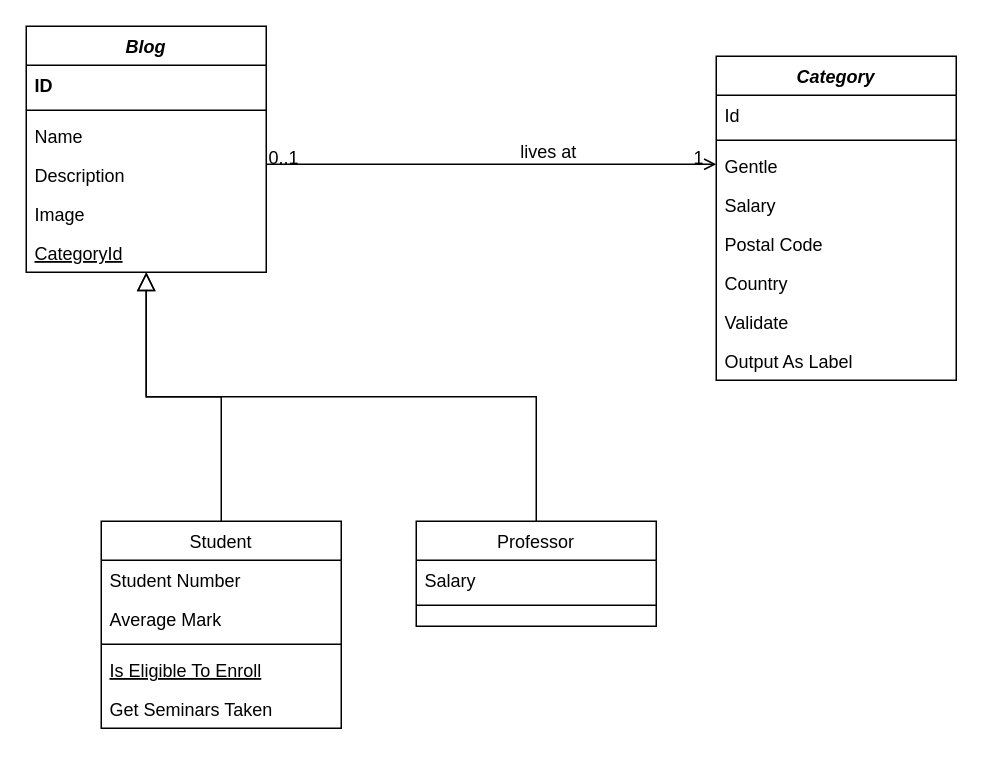
Above: Biểu đồ không có tiêu đề.drawio in VanHocAGC/funovaHueweb (draw.io), before the change. Source tidied: cells renumbered, new cells numbered last; positions are measured from the earlier drawing's top-left corner, leaving out a move shared by most shapes. Both pictures are drawn from the tidied source at 150%, with x=0, y=0 at pixel (26, 26).
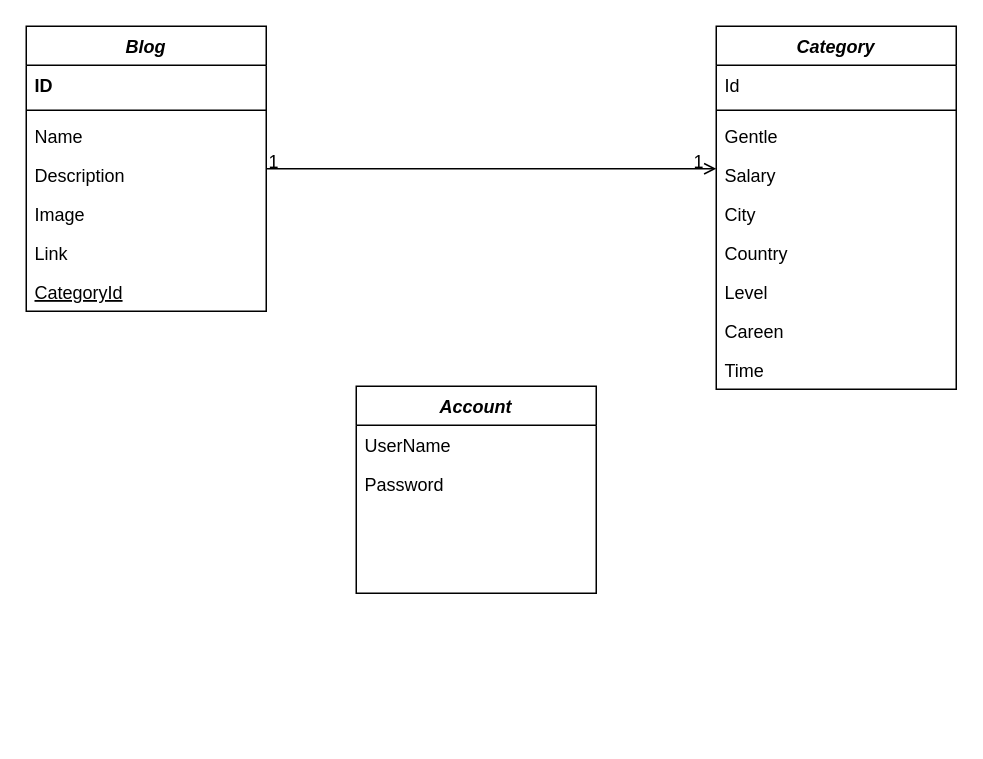
Above is the later version.

The change refers to these unchanged cells:
```xml
<mxCell id="29" style="endArrow=open;shadow=0;strokeWidth=1;rounded=0;endFill=1;edgeStyle=elbowEdgeStyle;elbow=vertical;" parent="1" edge="1" source="2" target="20">
  <mxGeometry x="0.5" y="41" relative="1" as="geometry">
    <mxPoint x="-40" y="32" as="offset" />
  </mxGeometry>
</mxCell>
```

Diff of the diagram source:
```diff
@@
     <mxCell id="2" value="Blog" style="swimlane;fontStyle=3;align=center;verticalAlign=top;horizontal=1;startSize=26;rounded=0;shadow=0;strokeWidth=1;" parent="1" vertex="1">
-      <mxGeometry width="160" height="164" as="geometry" />
+      <mxGeometry width="160" height="190" as="geometry" />
     </mxCell>
@@
+    <mxCell id="33" value="Link" style="text;align=left;verticalAlign=top;spacingLeft=4;spacingRight=4;overflow=hidden;rounded=0;shadow=0;html=0;" parent="2" vertex="1">
+      <mxGeometry y="138" width="160" height="26" as="geometry" />
+    </mxCell>
     <mxCell id="8" value="CategoryId" style="text;align=left;verticalAlign=top;spacingLeft=4;spacingRight=4;overflow=hidden;rounded=0;shadow=0;html=0;fontStyle=4;" parent="2" vertex="1">
-      <mxGeometry y="138" width="160" height="26" as="geometry" />
+      <mxGeometry y="164" width="160" height="26" as="geometry" />
     </mxCell>
-    <mxCell id="9" value="Student" style="swimlane;fontStyle=0;align=center;verticalAlign=top;horizontal=1;startSize=26;rounded=0;shadow=0;strokeWidth=1;" parent="1" vertex="1">
-      <mxGeometry x="50" y="330" width="160" height="138" as="geometry" />
+    <mxCell id="9" value="Account" style="swimlane;fontStyle=3;align=center;verticalAlign=top;horizontal=1;startSize=26;rounded=0;shadow=0;strokeWidth=1;" parent="1" vertex="1">
+      <mxGeometry x="220" y="240" width="160" height="138" as="geometry" />
     </mxCell>
-    <mxCell id="10" value="Student Number" style="text;align=left;verticalAlign=top;spacingLeft=4;spacingRight=4;overflow=hidden;" parent="9" vertex="1">
+    <mxCell id="10" value="UserName" style="text;align=left;verticalAlign=top;spacingLeft=4;spacingRight=4;overflow=hidden;" parent="9" vertex="1">
       <mxGeometry y="26" width="160" height="26" as="geometry" />
     </mxCell>
-    <mxCell id="11" value="Average Mark" style="text;align=left;verticalAlign=top;spacingLeft=4;spacingRight=4;overflow=hidden;rounded=0;shadow=0;html=0;" parent="9" vertex="1">
+    <mxCell id="11" value="Password" style="text;align=left;verticalAlign=top;spacingLeft=4;spacingRight=4;overflow=hidden;rounded=0;shadow=0;html=0;" parent="9" vertex="1">
       <mxGeometry y="52" width="160" height="26" as="geometry" />
     </mxCell>
-    <mxCell id="12" style="line;html=1;strokeWidth=1;align=left;verticalAlign=middle;spacingTop=-1;spacingLeft=3;spacingRight=3;labelPosition=right;" parent="9" vertex="1">
-      <mxGeometry y="78" width="160" height="8" as="geometry" />
-    </mxCell>
-    <mxCell id="13" value="Is Eligible To Enroll" style="text;align=left;verticalAlign=top;spacingLeft=4;spacingRight=4;overflow=hidden;fontStyle=4;" parent="9" vertex="1">
-      <mxGeometry y="86" width="160" height="26" as="geometry" />
-    </mxCell>
-    <mxCell id="14" value="Get Seminars Taken" style="text;align=left;verticalAlign=top;spacingLeft=4;spacingRight=4;overflow=hidden;" parent="9" vertex="1">
-      <mxGeometry y="112" width="160" height="26" as="geometry" />
-    </mxCell>
-    <mxCell id="15" style="endArrow=block;endSize=10;endFill=0;shadow=0;strokeWidth=1;rounded=0;edgeStyle=elbowEdgeStyle;elbow=vertical;" parent="1" edge="1" source="9" target="2">
-      <mxGeometry relative="1" as="geometry" />
-    </mxCell>
-    <mxCell id="16" value="Professor" style="swimlane;fontStyle=0;align=center;verticalAlign=top;horizontal=1;startSize=26;rounded=0;shadow=0;strokeWidth=1;" parent="1" vertex="1">
-      <mxGeometry x="260" y="330" width="160" height="70" as="geometry" />
-    </mxCell>
-    <mxCell id="17" value="Salary" style="text;align=left;verticalAlign=top;spacingLeft=4;spacingRight=4;overflow=hidden;" parent="16" vertex="1">
-      <mxGeometry y="26" width="160" height="26" as="geometry" />
-    </mxCell>
-    <mxCell id="18" style="line;html=1;strokeWidth=1;align=left;verticalAlign=middle;spacingTop=-1;spacingLeft=3;spacingRight=3;labelPosition=right;" parent="16" vertex="1">
-      <mxGeometry y="52" width="160" height="8" as="geometry" />
-    </mxCell>
-    <mxCell id="19" style="endArrow=block;endSize=10;endFill=0;shadow=0;strokeWidth=1;rounded=0;edgeStyle=elbowEdgeStyle;elbow=vertical;" parent="1" edge="1" source="16" target="2">
-      <mxGeometry relative="1" as="geometry" />
-    </mxCell>
     <mxCell id="20" value="Category" style="swimlane;fontStyle=3;align=center;verticalAlign=top;horizontal=1;startSize=26;rounded=0;shadow=0;strokeWidth=1;" parent="1" vertex="1">
-      <mxGeometry x="460" y="20" width="160" height="216" as="geometry" />
+      <mxGeometry x="460" width="160" height="242" as="geometry" />
     </mxCell>
@@
-    <mxCell id="25" value="Postal Code" style="text;align=left;verticalAlign=top;spacingLeft=4;spacingRight=4;overflow=hidden;rounded=0;shadow=0;html=0;" parent="20" vertex="1">
+    <mxCell id="25" value="City" style="text;align=left;verticalAlign=top;spacingLeft=4;spacingRight=4;overflow=hidden;rounded=0;shadow=0;html=0;" parent="20" vertex="1">
       <mxGeometry y="112" width="160" height="26" as="geometry" />
     </mxCell>
@@
+    <mxCell id="34" value="Level" style="text;align=left;verticalAlign=top;spacingLeft=4;spacingRight=4;overflow=hidden;" parent="20" vertex="1">
+      <mxGeometry y="164" width="160" height="26" as="geometry" />
+    </mxCell>
-    <mxCell id="27" value="Validate" style="text;align=left;verticalAlign=top;spacingLeft=4;spacingRight=4;overflow=hidden;" parent="20" vertex="1">
-      <mxGeometry y="164" width="160" height="26" as="geometry" />
+    <mxCell id="27" value="Careen" style="text;align=left;verticalAlign=top;spacingLeft=4;spacingRight=4;overflow=hidden;" parent="20" vertex="1">
+      <mxGeometry y="190" width="160" height="26" as="geometry" />
     </mxCell>
-    <mxCell id="28" value="Output As Label" style="text;align=left;verticalAlign=top;spacingLeft=4;spacingRight=4;overflow=hidden;" parent="20" vertex="1">
-      <mxGeometry y="190" width="160" height="26" as="geometry" />
+    <mxCell id="28" value="Time" style="text;align=left;verticalAlign=top;spacingLeft=4;spacingRight=4;overflow=hidden;" parent="20" vertex="1">
+      <mxGeometry y="216" width="160" height="26" as="geometry" />
     </mxCell>
@@
-    <mxCell id="30" value="0..1" style="align=left;verticalAlign=bottom;labelBackgroundColor=none;fontSize=12;" parent="29" vertex="1">
+    <mxCell id="30" value="1" style="align=left;verticalAlign=bottom;labelBackgroundColor=none;fontSize=12;" parent="29" vertex="1">
       <mxGeometry x="-1" relative="1" as="geometry">
         <mxPoint y="4" as="offset" />
       </mxGeometry>
     </mxCell>
@@
-    <mxCell id="32" value="lives at" style="text;html=1;align=center;verticalAlign=middle;labelBackgroundColor=none;rounded=0;shadow=0;strokeWidth=1;fontSize=12;" parent="29" vertex="1">
-      <mxGeometry x="0.5" y="49" relative="1" as="geometry">
-        <mxPoint x="-38" y="40" as="offset" />
-      </mxGeometry>
-    </mxCell>
```
